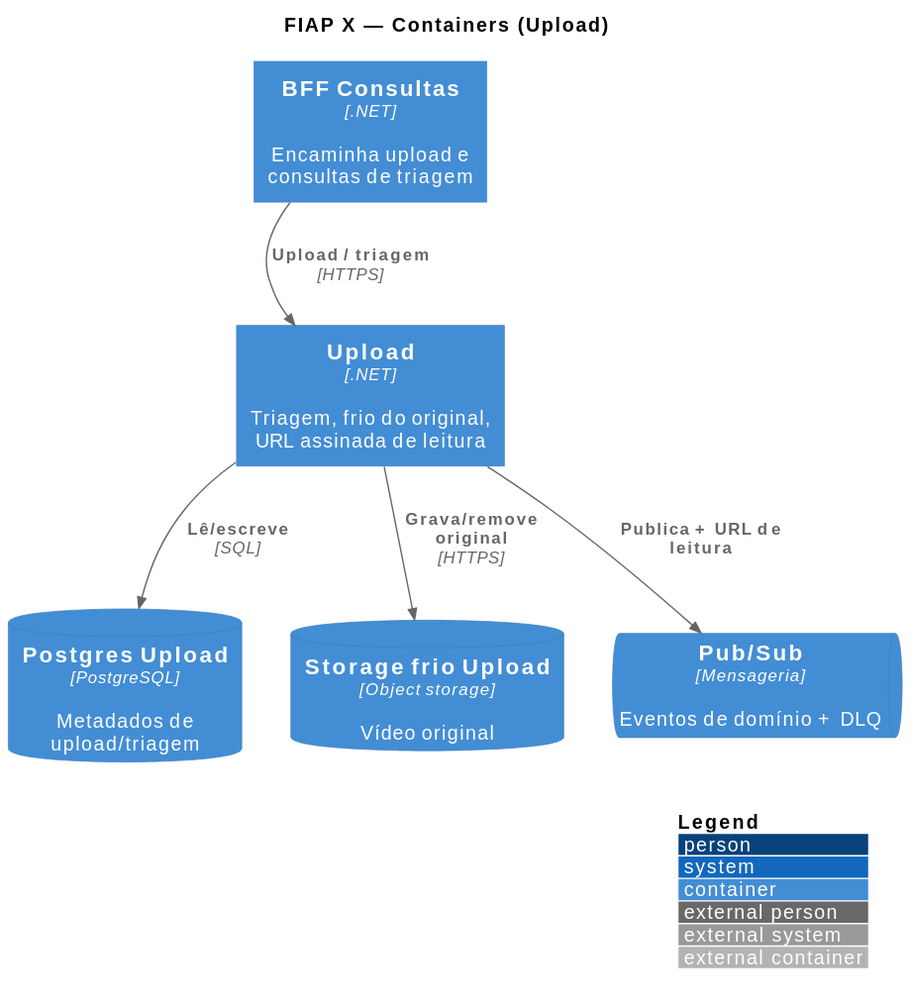
This is arquitetura/03_containers-upload.svg from fiap-x-vcosta/docs, a PlantUML export, as it was before one commit.
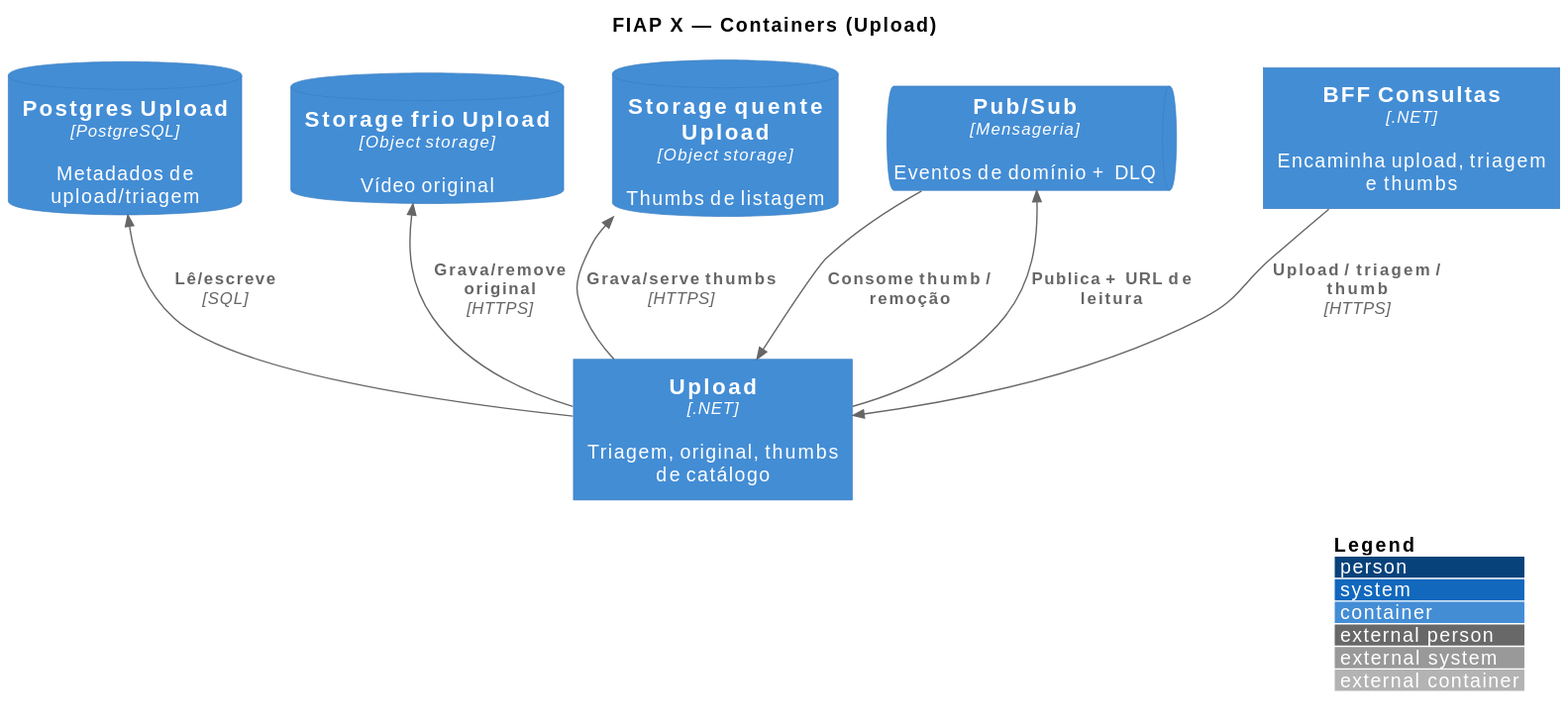
After the change.

What changed in the source:
```diff
@@ -6,19 +6,23 @@
 
 title FIAP X — Containers (Upload)
 
-Container(bff, "BFF Consultas", ".NET", "Encaminha upload e consultas de triagem")
-Container(upload, "Upload", ".NET", "Triagem, frio do original, URL assinada de leitura")
+Container(bff, "BFF Consultas", ".NET", "Encaminha upload, triagem e thumbs")
+Container(upload, "Upload", ".NET", "Triagem, original, thumbs de catálogo")
 ContainerDb(pgUpload, "Postgres Upload", "PostgreSQL", "Metadados de upload/triagem")
 ContainerDb(frioUp, "Storage frio Upload", "Object storage", "Vídeo original")
+ContainerDb(quente, "Storage quente Upload", "Object storage", "Thumbs de listagem")
 ContainerQueue(pubsub, "Pub/Sub", "Mensageria", "Eventos de domínio + DLQ")
 
-Rel(bff, upload, "Upload / triagem", "HTTPS")
+Rel(bff, upload, "Upload / triagem / thumb", "HTTPS")
 Rel(upload, pgUpload, "Lê/escreve", "SQL")
 Rel(upload, frioUp, "Grava/remove original", "HTTPS")
+Rel(upload, quente, "Grava/serve thumbs", "HTTPS")
 Rel(upload, pubsub, "Publica + URL de leitura")
+Rel(pubsub, upload, "Consome thumb / remoção")
 
 Lay_D(bff, upload)
 Lay_D(upload, pgUpload)
 Lay_R(pgUpload, frioUp)
-Lay_R(frioUp, pubsub)
+Lay_R(frioUp, quente)
+Lay_R(quente, pubsub)
 @enduml
```
